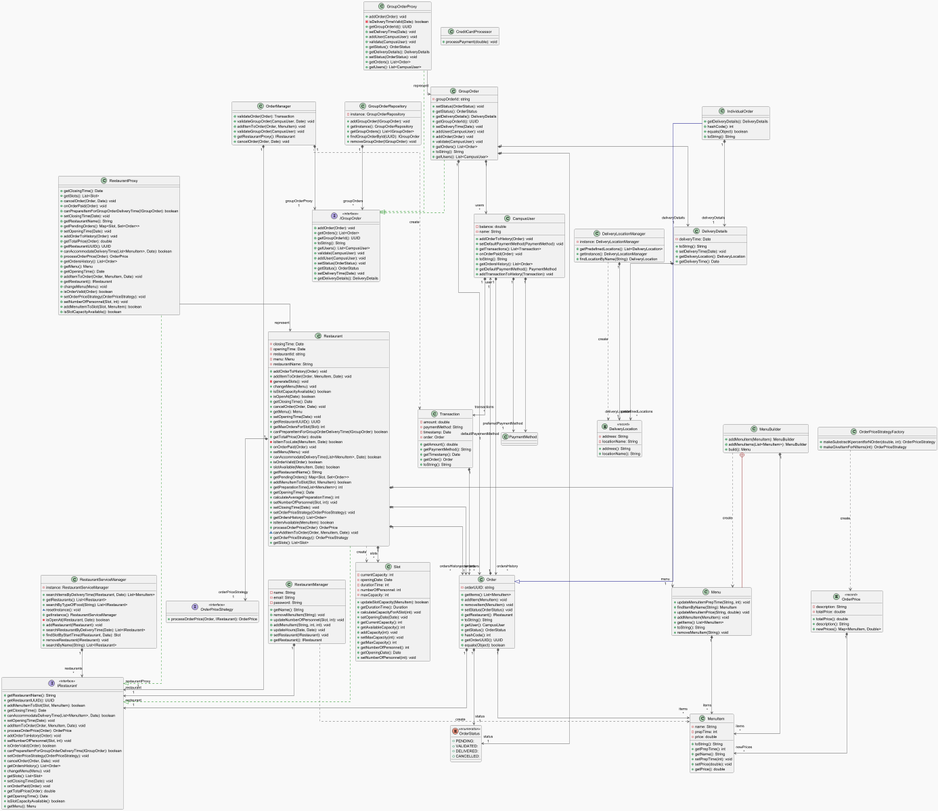
This is doc/diagram/diagram.png from BaptisteLacroix/STE-24-25--teamj, a PlantUML export, as it was before one commit. Its diagram source:
```plantuml
@startuml
!theme mars
top to bottom direction
skinparam linetype ortho

class CampusUser {
  - balance: double
  - name: String
  + addOrderToHistory(Order): void
  + setDefaultPaymentMethod(PaymentMethod): void
  + getTransactions(): List<Transaction>
  + onOrderPaid(Order): void
  + toString(): String
  + getOrdersHistory(): List<Order>
  + getDefaultPaymentMethod(): PaymentMethod
  + addTransactionToHistory(Transaction): void
}
class CreditCardProcessor {
  + processPayment(double): void
}
class DeliveryDetails {
  - deliveryTime: Date
  + toString(): String
  + setDeliveryTime(Date): void
  + getDeliveryLocation(): DeliveryLocation
  + getDeliveryTime(): Date
}
entity DeliveryLocation << record >> {
  - address: String
  - locationName: String
  + address(): String
  + locationName(): String
}
class DeliveryLocationManager {
  - instance: DeliveryLocationManager
  + getPredefinedLocations(): List<DeliveryLocation>
  + getInstance(): DeliveryLocationManager
  + findLocationByName(String): DeliveryLocation
}
class GroupOrder {
  - groupOrderId: string
  + setStatus(OrderStatus): void
  + getStatus(): OrderStatus
  + getDeliveryDetails(): DeliveryDetails
  + getGroupOrderId(): UUID
  + setDeliveryTime(Date): void
  + addUser(CampusUser): void
  + addOrder(Order): void
  + validate(CampusUser): void
  + getOrders(): List<Order>
  + toString(): String
  + getUsers(): List<CampusUser>
}
class GroupOrderProxy {
  + addOrder(Order): void
  - isDeliveryTimeValid(Date): boolean
  + getGroupOrderId(): UUID
  + setDeliveryTime(Date): void
  + addUser(CampusUser): void
  + validate(CampusUser): void
  + getStatus(): OrderStatus
  + getDeliveryDetails(): DeliveryDetails
  + setStatus(OrderStatus): void
  + getOrders(): List<Order>
  + getUsers(): List<CampusUser>
}
class GroupOrderRepository {
  - instance: GroupOrderRepository
  + addGroupOrder(IGroupOrder): void
  + getInstance(): GroupOrderRepository
  + getGroupOrders(): List<IGroupOrder>
  + findGroupOrderById(UUID): IGroupOrder
  + removeGroupOrder(IGroupOrder): void
}
interface IGroupOrder << interface >> {
  + addOrder(Order): void
  + getOrders(): List<Order>
  + getGroupOrderId(): UUID
  + toString(): String
  + getUsers(): List<CampusUser>
  + validate(CampusUser): void
  + addUser(CampusUser): void
  + setStatus(OrderStatus): void
  + getStatus(): OrderStatus
  + setDeliveryTime(Date): void
  + getDeliveryDetails(): DeliveryDetails
}
interface IRestaurant << interface >> {
  + getRestaurantName(): String
  + getRestaurantUUID(): UUID
  + addMenuItemToSlot(Slot, MenuItem): boolean
  + getClosingTime(): Date
  + canAccommodateDeliveryTime(List<MenuItem>, Date): boolean
  + setOpeningTime(Date): void
  + addItemToOrder(Order, MenuItem, Date): void
  + processOrderPrice(Order): OrderPrice
  + addOrderToHistory(Order): void
  + setNumberOfPersonnel(Slot, int): void
  + isOrderValid(Order): boolean
  + canPrepareItemForGroupOrderDeliveryTime(IGroupOrder): boolean
  + setOrderPriceStrategy(OrderPriceStrategy): void
  + cancelOrder(Order, Date): void
  + getOrdersHistory(): List<Order>
  + changeMenu(Menu): void
  + getSlots(): List<Slot>
  + setClosingTime(Date): void
  + onOrderPaid(Order): void
  + getTotalPrice(Order): double
  + getOpeningTime(): Date
  + isSlotCapacityAvailable(): boolean
  + getMenu(): Menu
}
class IndividualOrder {
  + getDeliveryDetails(): DeliveryDetails
  + hashCode(): int
  + equals(Object): boolean
  + toString(): String
}
class Menu {
  + updateMenuItemPrepTime(String, int): void
  + findItemByName(String): MenuItem
  + updateMenuItemPrice(String, double): void
  + addMenuItem(MenuItem): void
  + getItems(): List<MenuItem>
  + toString(): String
  + removeMenuItem(String): void
}
class MenuBuilder {
  + addMenuItem(MenuItem): MenuBuilder
  + addMenuItems(List<MenuItem>): MenuBuilder
  + build(): Menu
}
class MenuItem {
  - name: String
  - prepTime: int
  - price: double
  + toString(): String
  + getPrepTime(): int
  + getName(): String
  + setPrepTime(int): void
  + setPrice(double): void
  + getPrice(): double
}
class Order {
  - orderUUID: string
  + getItems(): List<MenuItem>
  + addItem(MenuItem): void
  + removeItem(MenuItem): void
  + setStatus(OrderStatus): void
  + getRestaurant(): IRestaurant
  + toString(): String
  + getUser(): CampusUser
  + getStatus(): OrderStatus
  + hashCode(): int
  + getOrderUUID(): UUID
  + equals(Object): boolean
}
class OrderManager {
  + validateOrder(Order): Transaction
  + validateGroupOrder(CampusUser, Date): void
  + addItemToOrder(Order, MenuItem): void
  + validateGroupOrder(CampusUser): void
  + getRestaurantProxy(): IRestaurant
  + cancelOrder(Order, Date): void
}
entity OrderPrice << record >> {
  - description: String
  - totalPrice: double
  + totalPrice(): double
  + description(): String
  + newPrices(): Map<MenuItem, Double>
}
interface OrderPriceStrategy << interface >> {
  + processOrderPrice(Order, IRestaurant): OrderPrice
}
class OrderPriceStrategyFactory {
  + makeSubstractKpercentforNOrder(double, int): OrderPriceStrategy
  + makeGiveItemForNItems(int): OrderPriceStrategy
}
enum OrderStatus << enumeration >> {
  + PENDING:
  + VALIDATED:
  + DELIVERED:
  + CANCELLED:
}
class Restaurant {
  - closingTime: Date
  - openingTime: Date
  - restaurantId: string
  - menu: Menu
  - restaurantName: String
  + addOrderToHistory(Order): void
  + addItemToOrder(Order, MenuItem, Date): void
  - generateSlots(): void
  + changeMenu(Menu): void
  + isSlotCapacityAvailable(): boolean
  + isOpenAt(Date): boolean
  + getClosingTime(): Date
  + cancelOrder(Order, Date): void
  + getMenu(): Menu
  + setOpeningTime(Date): void
  + getRestaurantUUID(): UUID
  + getMaxOrdersForSlot(Slot): int
  + canPrepareItemForGroupOrderDeliveryTime(IGroupOrder): boolean
  + getTotalPrice(Order): double
  - isItemTooLate(MenuItem, Date): boolean
  + onOrderPaid(Order): void
  + setMenu(Menu): void
  + canAccommodateDeliveryTime(List<MenuItem>, Date): boolean
  + isOrderValid(Order): boolean
  + slotAvailable(MenuItem, Date): boolean
  + getRestaurantName(): String
  + getPendingOrders(): Map<Slot, Set<Order>>
  + addMenuItemToSlot(Slot, MenuItem): boolean
  + getPreparationTime(List<MenuItem>): int
  + getOpeningTime(): Date
  + calculateAveragePreparationTime(): int
  + setNumberOfPersonnel(Slot, int): void
  + setClosingTime(Date): void
  + setOrderPriceStrategy(OrderPriceStrategy): void
  + getOrdersHistory(): List<Order>
  + isItemAvailable(MenuItem): boolean
  + processOrderPrice(Order): OrderPrice
  ~ canAddItemToOrder(Order, MenuItem, Date): void
  + getOrderPriceStrategy(): OrderPriceStrategy
  + getSlots(): List<Slot>
}
class RestaurantManager {
  - name: String
  - email: String
  - password: String
  + getName(): String
  + removeMenuItem(String): void
  + updateNumberOfPersonnel(Slot, int): void
  + addMenuItem(String, int, int): void
  + updateHours(Date, Date): void
  + setRestaurant(IRestaurant): void
  + getRestaurant(): IRestaurant
}
class RestaurantProxy {
  + getClosingTime(): Date
  + getSlots(): List<Slot>
  + cancelOrder(Order, Date): void
  + onOrderPaid(Order): void
  + canPrepareItemForGroupOrderDeliveryTime(IGroupOrder): boolean
  + setClosingTime(Date): void
  + getRestaurantName(): String
  + getPendingOrders(): Map<Slot, Set<Order>>
  + setOpeningTime(Date): void
  + addOrderToHistory(Order): void
  + getTotalPrice(Order): double
  + getRestaurantUUID(): UUID
  + canAccommodateDeliveryTime(List<MenuItem>, Date): boolean
  + processOrderPrice(Order): OrderPrice
  + getOrdersHistory(): List<Order>
  + getMenu(): Menu
  + getOpeningTime(): Date
  + addItemToOrder(Order, MenuItem, Date): void
  + getRestaurant(): IRestaurant
  + changeMenu(Menu): void
  + isOrderValid(Order): boolean
  + setOrderPriceStrategy(OrderPriceStrategy): void
  + setNumberOfPersonnel(Slot, int): void
  + addMenuItemToSlot(Slot, MenuItem): boolean
  + isSlotCapacityAvailable(): boolean
}
class RestaurantServiceManager {
  - instance: RestaurantServiceManager
  + searchItemsByDeliveryTime(IRestaurant, Date): List<MenuItem>
  + getRestaurants(): List<IRestaurant>
  + searchByTypeOfFood(String): List<IRestaurant>
  ~ resetInstance(): void
  + getInstance(): RestaurantServiceManager
  - isOpenAt(IRestaurant, Date): boolean
  + addRestaurant(IRestaurant): void
  + searchRestaurantByDeliveryTime(Date): List<IRestaurant>
  + findSlotByStartTime(IRestaurant, Date): Slot
  + removeRestaurant(IRestaurant): void
  + searchByName(String): List<IRestaurant>
}
class Slot {
  - currentCapacity: int
  - openingDate: Date
  - durationTime: int
  - numberOfPersonnel: int
  - maxCapacity: int
  + updateSlotCapacity(MenuItem): boolean
  + getDurationTime(): Duration
  + calculateCapacityForASlot(int): void
  + setOpeningDate(Date): void
  + getCurrentCapacity(): int
  + getAvailableCapacity(): int
  + addCapacity(int): void
  + setMaxCapacity(int): void
  + getMaxCapacity(): int
  + getNumberOfPersonnel(): int
  + getOpeningDate(): Date
  + setNumberOfPersonnel(int): void
}
class Transaction {
  - amount: double
  - paymentMethod: String
  - timestamp: Date
  - order: Order
  + getAmount(): double
  + getPaymentMethod(): String
  + getTimestamp(): Date
  + getOrder(): Order
  + toString(): String
}

CampusUser                "1" *-[#595959,plain]-> "ordersHistory\n*" Order
CampusUser                "1" *-[#595959,plain]-> "preferredPaymentMethod\n1" PaymentMethod
CampusUser                "1" *-[#595959,plain]-> "defautlPayementMethod\n1" PaymentMethod
CampusUser                "1" *-[#595959,plain]-> "transactions\n*" Transaction
DeliveryDetails           "1" *-[#595959,plain]-> "deliveryLocation\n1" DeliveryLocation
DeliveryLocationManager   "1" *-[#595959,plain]-> "predefinedLocations\n*" DeliveryLocation
DeliveryLocationManager    -[#595959,dashed]->  DeliveryLocation          : "«create»"
GroupOrder                "1" *-[#595959,plain]-> "users\n*" CampusUser
GroupOrder                "1" *-[#595959,plain]-> "deliveryDetails\n1" DeliveryDetails
GroupOrder                 -[#008200,dashed]-^  IGroupOrder
GroupOrder                "1" *-[#595959,plain]-> "orders\n*" Order
GroupOrder                "1" *-[#595959,plain]-> "status\n1" OrderStatus
GroupOrderProxy            -[#008200,dashed]-^  IGroupOrder
GroupOrderProxy           -[#595959,plain]-> "represent\n" GroupOrder
GroupOrderRepository      "1" *-[#595959,plain]-> "groupOrders\n*" IGroupOrder
IndividualOrder           "1" *-[#595959,plain]-> "deliveryDetails\n1" DeliveryDetails
IndividualOrder            -[#000082,plain]-^  Order
Menu                      "1" *-[#595959,plain]-> "items\n*" MenuItem
MenuBuilder                +-[#820000,plain]-  Menu
MenuBuilder                -[#595959,dashed]->  Menu                      : "«create»"
MenuBuilder               "1" *-[#595959,plain]-> "items\n*" MenuItem
Order                     "1" *-[#595959,plain]-> "user\n1" CampusUser
Order                     "1" *-[#595959,plain]-> "restaurant\n1" IRestaurant
Order                     "1" *-[#595959,plain]-> "items\n*" MenuItem
Order                     "1" *-[#595959,plain]-> "status\n1" OrderStatus
OrderManager              "1" *-[#595959,plain]-> "groupOrderProxy\n1" IGroupOrder
OrderManager              "1" *-[#595959,plain]-> "restaurantProxy\n1" IRestaurant
OrderManager               -[#595959,dashed]->  Transaction               : "«create»"
OrderPrice                "1" *-[#595959,plain]-> "newPrices\n*" MenuItem
OrderPriceStrategyFactory  -[#595959,dashed]->  OrderPrice                : "«create»"
Restaurant                 -[#008200,dashed]-^  IRestaurant
Restaurant                "1" *-[#595959,plain]-> "menu\n1" Menu
Restaurant                "1" *-[#595959,plain]-> "ordersHistory\n*" Order
Restaurant                "1" *-[#595959,plain]-> "orderPriceStrategy\n1" OrderPriceStrategy
Restaurant                "1" *-[#595959,plain]-> "slots\n*" Slot
Restaurant                "1" *-[#595959,plain]-> "orders\n*" Order
Restaurant                 -[#595959,dashed]->  Slot                      : "«create»"
RestaurantManager         "1" *-[#595959,plain]-> "restaurant\n1" IRestaurant
RestaurantManager          -[#595959,dashed]->  MenuItem                  : "«create»"
RestaurantProxy            -[#008200,dashed]-^  IRestaurant
RestaurantProxy           -[#595959,plain]-> "represent\n" Restaurant
RestaurantServiceManager  "1" *-[#595959,plain]-> "restaurants\n*" IRestaurant
Transaction               "1" *-[#595959,plain]-> "order\n1" Order
@enduml
```
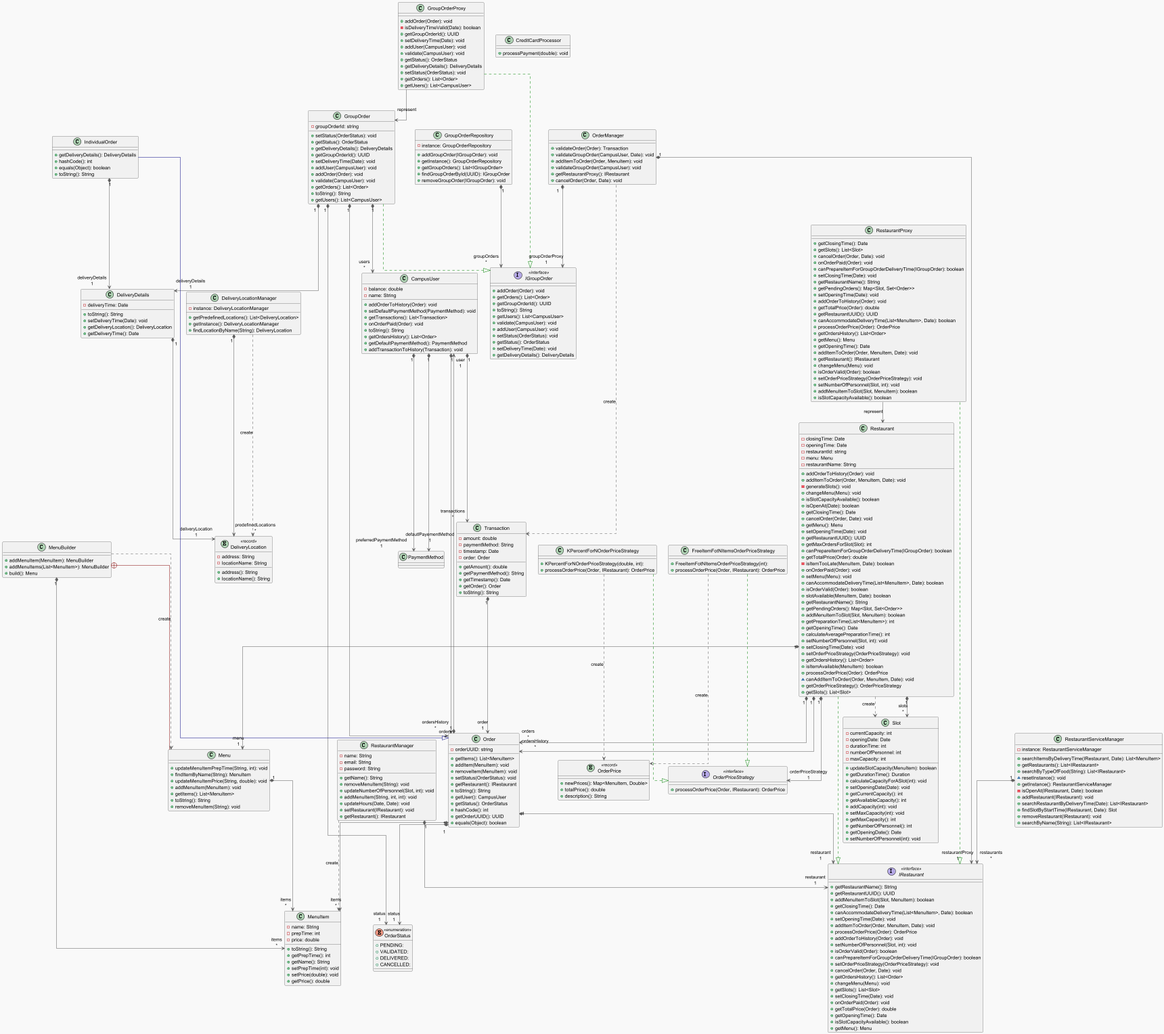
Later version of the same file.

Commit message:
docs: adding the discount strategy diagram. #00

Diff of the diagram source:
```diff
@@ -163,20 +163,6 @@
   + getRestaurantProxy(): IRestaurant
   + cancelOrder(Order, Date): void
 }
-entity OrderPrice << record >> {
-  - description: String
-  - totalPrice: double
-  + totalPrice(): double
-  + description(): String
-  + newPrices(): Map<MenuItem, Double>
-}
-interface OrderPriceStrategy << interface >> {
-  + processOrderPrice(Order, IRestaurant): OrderPrice
-}
-class OrderPriceStrategyFactory {
-  + makeSubstractKpercentforNOrder(double, int): OrderPriceStrategy
-  + makeGiveItemForNItems(int): OrderPriceStrategy
-}
 enum OrderStatus << enumeration >> {
   + PENDING:
   + VALIDATED:
@@ -308,6 +294,22 @@
   + getOrder(): Order
   + toString(): String
 }
+class FreeItemFotNItemsOrderPriceStrategy {
+  + FreeItemFotNItemsOrderPriceStrategy(int):
+  + processOrderPrice(Order, IRestaurant): OrderPrice
+}
+class KPercentForNOrderPriceStrategy {
+  + KPercentForNOrderPriceStrategy(double, int):
+  + processOrderPrice(Order, IRestaurant): OrderPrice
+}
+entity OrderPrice << record >> {
+  + newPrices(): Map<MenuItem, Double>
+  + totalPrice(): double
+  + description(): String
+}
+interface OrderPriceStrategy << interface >> {
+  + processOrderPrice(Order, IRestaurant): OrderPrice
+}
 
 CampusUser                "1" *-[#595959,plain]-> "ordersHistory\n*" Order
 CampusUser                "1" *-[#595959,plain]-> "preferredPaymentMethod\n1" PaymentMethod
@@ -337,12 +339,9 @@
 OrderManager              "1" *-[#595959,plain]-> "groupOrderProxy\n1" IGroupOrder
 OrderManager              "1" *-[#595959,plain]-> "restaurantProxy\n1" IRestaurant
 OrderManager               -[#595959,dashed]->  Transaction               : "«create»"
-OrderPrice                "1" *-[#595959,plain]-> "newPrices\n*" MenuItem
-OrderPriceStrategyFactory  -[#595959,dashed]->  OrderPrice                : "«create»"
 Restaurant                 -[#008200,dashed]-^  IRestaurant
 Restaurant                "1" *-[#595959,plain]-> "menu\n1" Menu
 Restaurant                "1" *-[#595959,plain]-> "ordersHistory\n*" Order
-Restaurant                "1" *-[#595959,plain]-> "orderPriceStrategy\n1" OrderPriceStrategy
 Restaurant                "1" *-[#595959,plain]-> "slots\n*" Slot
 Restaurant                "1" *-[#595959,plain]-> "orders\n*" Order
 Restaurant                 -[#595959,dashed]->  Slot                      : "«create»"
@@ -352,4 +351,9 @@
 RestaurantProxy           -[#595959,plain]-> "represent\n" Restaurant
 RestaurantServiceManager  "1" *-[#595959,plain]-> "restaurants\n*" IRestaurant
 Transaction               "1" *-[#595959,plain]-> "order\n1" Order
+FreeItemFotNItemsOrderPriceStrategy  -[#595959,dashed]->  OrderPrice                          : "«create»"
+FreeItemFotNItemsOrderPriceStrategy  -[#008200,dashed]-^  OrderPriceStrategy
+KPercentForNOrderPriceStrategy       -[#595959,dashed]->  OrderPrice                          : "«create»"
+KPercentForNOrderPriceStrategy       -[#008200,dashed]-^  OrderPriceStrategy
+Restaurant                "1" *-[#595959,plain]-> "orderPriceStrategy\n1" OrderPriceStrategy
 @enduml
```
